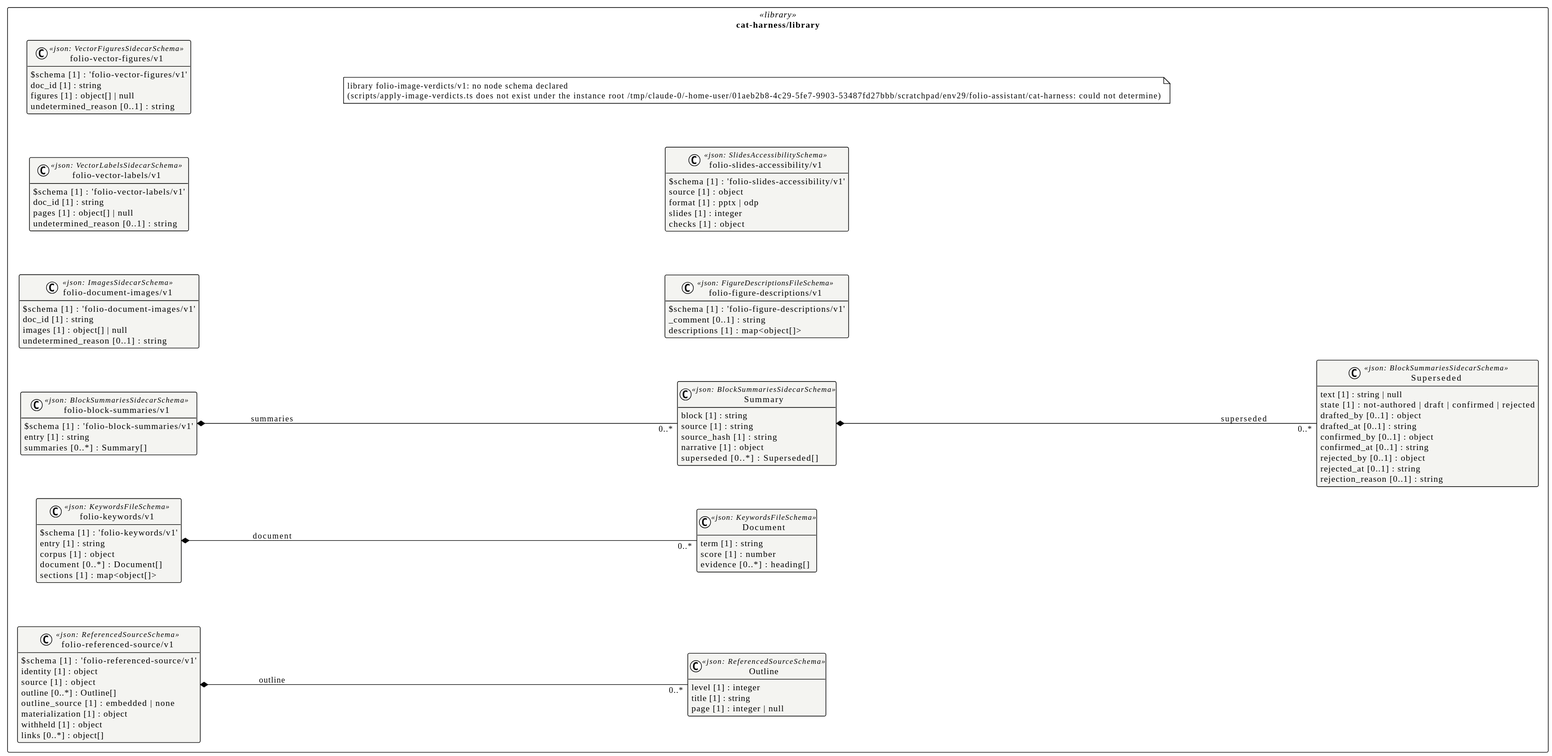
The PlantUML diagram docs/assets/img/uml/overview/cat-harness/library.landscape.svg in litlfred/cat-harness, before a commit. Its diagram source:
```plantuml
@startuml
left to right direction
skinparam linetype polyline
skinparam nodesep 70
skinparam ranksep 160
!theme plain
skinparam classAttributeIconSize 0
skinparam shadowing false
skinparam packageStyle rectangle
hide empty methods

package "cat-harness/library" as pkg_cat_harness_library <<library>> {
  class "folio-document-images/v1" as cat_harness_library_folio_document_images_v1_folio_document_images_v1 <<json: ImagesSidecarSchema>> #f4f4f1 {
    $schema [1] : 'folio-document-images/v1'
    doc_id [1] : string
    images [1] : object[] | null
    undetermined_reason [0..1] : string
  }
  class "folio-vector-labels/v1" as cat_harness_library_folio_vector_labels_v1_folio_vector_labels_v1 <<json: VectorLabelsSidecarSchema>> #f4f4f1 {
    $schema [1] : 'folio-vector-labels/v1'
    doc_id [1] : string
    pages [1] : object[] | null
    undetermined_reason [0..1] : string
  }
  class "folio-vector-figures/v1" as cat_harness_library_folio_vector_figures_v1_folio_vector_figures_v1 <<json: VectorFiguresSidecarSchema>> #f4f4f1 {
    $schema [1] : 'folio-vector-figures/v1'
    doc_id [1] : string
    figures [1] : object[] | null
    undetermined_reason [0..1] : string
  }
  class "folio-figure-descriptions/v1" as cat_harness_library_folio_figure_descriptions_v1_folio_figure_descriptions_v1 <<json: FigureDescriptionsFileSchema>> #f4f4f1 {
    $schema [1] : 'folio-figure-descriptions/v1'
    _comment [0..1] : string
    descriptions [1] : map<object[]>
  }
  class "Superseded" as cat_harness_library_folio_block_summaries_v1_Superseded <<json: BlockSummariesSidecarSchema>> #f4f4f1 {
    text [1] : string | null
    state [1] : not-authored | draft | confirmed | rejected
    drafted_by [0..1] : object
    drafted_at [0..1] : string
    confirmed_by [0..1] : object
    confirmed_at [0..1] : string
    rejected_by [0..1] : object
    rejected_at [0..1] : string
    rejection_reason [0..1] : string
  }
  class "Summary" as cat_harness_library_folio_block_summaries_v1_Summary <<json: BlockSummariesSidecarSchema>> #f4f4f1 {
    block [1] : string
    source [1] : string
    source_hash [1] : string
    narrative [1] : object
    superseded [0..*] : Superseded[]
  }
  class "folio-block-summaries/v1" as cat_harness_library_folio_block_summaries_v1_folio_block_summaries_v1 <<json: BlockSummariesSidecarSchema>> #f4f4f1 {
    $schema [1] : 'folio-block-summaries/v1'
    entry [1] : string
    summaries [0..*] : Summary[]
  }
  class "Document" as cat_harness_library_folio_keywords_v1_Document <<json: KeywordsFileSchema>> #f4f4f1 {
    term [1] : string
    score [1] : number
    evidence [0..*] : heading[]
  }
  class "folio-keywords/v1" as cat_harness_library_folio_keywords_v1_folio_keywords_v1 <<json: KeywordsFileSchema>> #f4f4f1 {
    $schema [1] : 'folio-keywords/v1'
    entry [1] : string
    corpus [1] : object
    document [0..*] : Document[]
    sections [1] : map<object[]>
  }
  class "folio-slides-accessibility/v1" as cat_harness_library_folio_slides_accessibility_v1_folio_slides_accessibility_v1 <<json: SlidesAccessibilitySchema>> #f4f4f1 {
    $schema [1] : 'folio-slides-accessibility/v1'
    source [1] : object
    format [1] : pptx | odp
    slides [1] : integer
    checks [1] : object
  }
  class "Outline" as cat_harness_library_folio_referenced_source_v1_Outline <<json: ReferencedSourceSchema>> #f4f4f1 {
    level [1] : integer
    title [1] : string
    page [1] : integer | null
  }
  class "folio-referenced-source/v1" as cat_harness_library_folio_referenced_source_v1_folio_referenced_source_v1 <<json: ReferencedSourceSchema>> #f4f4f1 {
    $schema [1] : 'folio-referenced-source/v1'
    identity [1] : object
    source [1] : object
    outline [0..*] : Outline[]
    outline_source [1] : embedded | none
    materialization [1] : object
    withheld [1] : object
    links [0..*] : object[]
  }
  note "library folio-image-verdicts/v1: no node schema declared\n(scripts/apply-image-verdicts.ts does not exist under the instance root /tmp/claude-0/-home-user/01aeb2b8-4c29-5fe7-9903-53487fd27bbb/scratchpad/env29/folio-assistant/cat-harness: could not determine)" as n_cat_harness_library_library_folio_image_verdicts_v1
}

cat_harness_library_folio_block_summaries_v1_Summary *-- "0..*" cat_harness_library_folio_block_summaries_v1_Superseded : superseded
cat_harness_library_folio_block_summaries_v1_folio_block_summaries_v1 *-- "0..*" cat_harness_library_folio_block_summaries_v1_Summary : summaries
cat_harness_library_folio_keywords_v1_folio_keywords_v1 *-- "0..*" cat_harness_library_folio_keywords_v1_Document : document
cat_harness_library_folio_referenced_source_v1_folio_referenced_source_v1 *-- "0..*" cat_harness_library_folio_referenced_source_v1_Outline : outline
@enduml
```
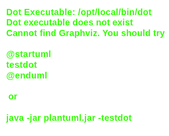
After the change.

Change to the diagram source:
```diff
@@ -90,7 +90,7 @@
     withheld [1] : object
     links [0..*] : object[]
   }
-  note "library folio-image-verdicts/v1: no node schema declared\n(scripts/apply-image-verdicts.ts does not exist under the instance root /tmp/claude-0/-home-user/01aeb2b8-4c29-5fe7-9903-53487fd27bbb/scratchpad/env29/folio-assistant/cat-harness: could not determine)" as n_cat_harness_library_library_folio_image_verdicts_v1
+  note "library folio-image-verdicts/v1: no node schema declared\n(scripts/apply-image-verdicts.ts does not exist under the instance root /tmp/claude-0/-home-user-folio-assistant/c33a3d90-e131-5892-be9f-a8b74b021eb6/scratchpad/fa8/cat-harness: could not determine)" as n_cat_harness_library_library_folio_image_verdicts_v1
 }
 
 cat_harness_library_folio_block_summaries_v1_Summary *-- "0..*" cat_harness_library_folio_block_summaries_v1_Superseded : superseded
```
